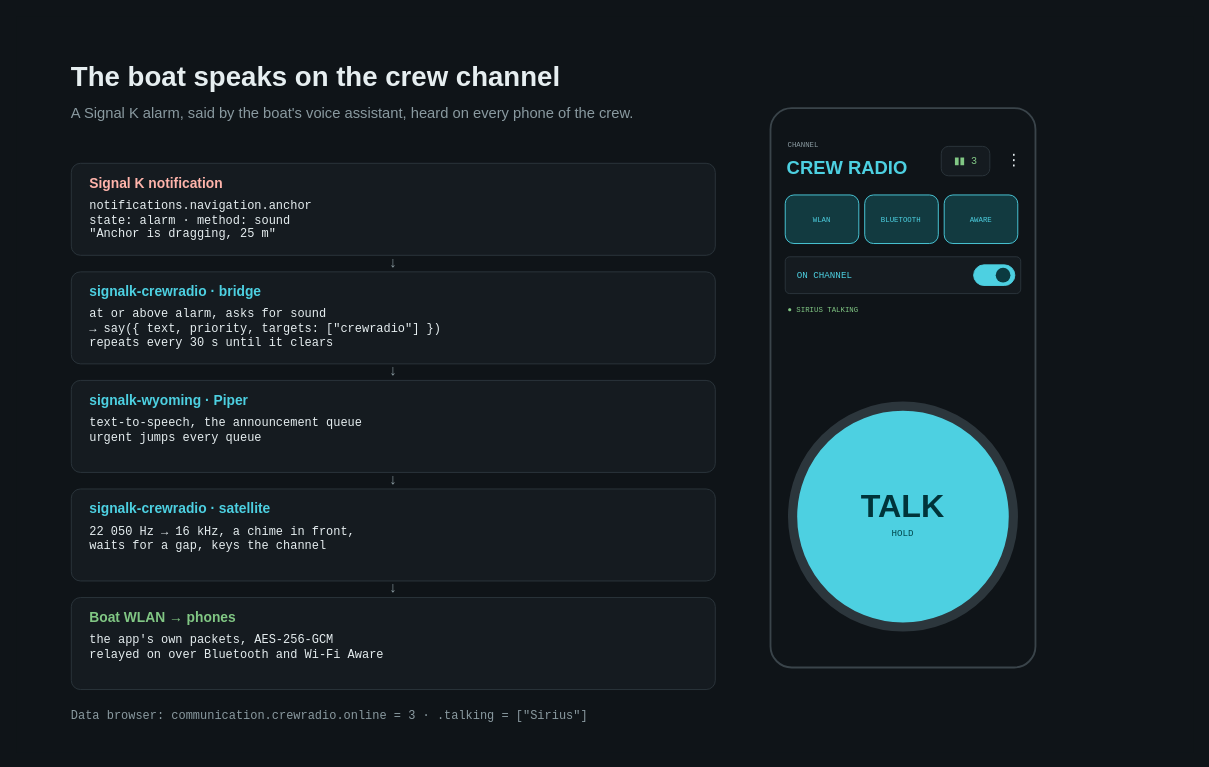
Earlier version of the draw.io diagram sk-plugin/docs/diagrams/announcement.drawio (KEGustafsson/android-push-to-talk). Source tidied: cells renumbered, new cells numbered last; positions are measured from the earlier drawing's top-left corner, leaving out a move shared by most shapes. Both pictures are drawn from the tidied source at 92%, with x=0, y=0 at pixel (16, 16).
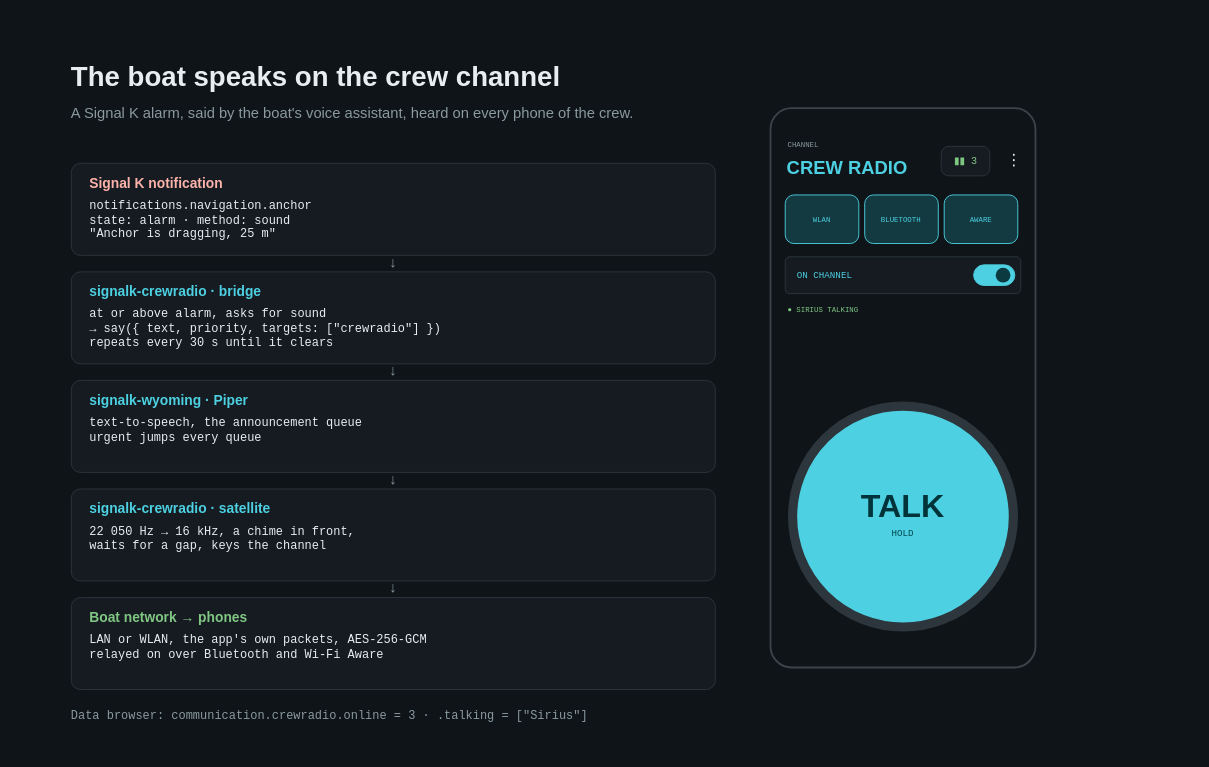
Above is the later version.

Commit message (it also covers changes not shown here):
Plugin docs: the server may be on the wired LAN, not only the WLAN

Change to the diagram source:
```diff
@@
-    <mxCell id="38" value="Boat WLAN → phones" style="text;html=1;whiteSpace=wrap;align=left;verticalAlign=middle;fontSize=15;fontColor=#81C784;fontFamily=Helvetica;fontStyle=1;spacing=0;" parent="1" vertex="1">
+    <mxCell id="38" value="Boat network → phones" style="text;html=1;whiteSpace=wrap;align=left;verticalAlign=middle;fontSize=15;fontColor=#81C784;fontFamily=Helvetica;fontStyle=1;spacing=0;" parent="1" vertex="1">
       <mxGeometry x="80" y="640" width="660" height="26" as="geometry" />
     </mxCell>
-    <mxCell id="39" value="the app's own packets, AES-256-GCM&lt;br&gt;relayed on over Bluetooth and Wi-Fi Aware" style="text;html=1;whiteSpace=wrap;align=left;verticalAlign=top;fontSize=13;fontColor=#E6EEF0;fontFamily=Courier New;spacing=0;" parent="1" vertex="1">
+    <mxCell id="39" value="LAN or WLAN, the app's own packets, AES-256-GCM&lt;br&gt;relayed on over Bluetooth and Wi-Fi Aware" style="text;html=1;whiteSpace=wrap;align=left;verticalAlign=top;fontSize=13;fontColor=#E6EEF0;fontFamily=Courier New;spacing=0;" parent="1" vertex="1">
       <mxGeometry x="80" y="666" width="660" height="62" as="geometry" />
     </mxCell>
```
